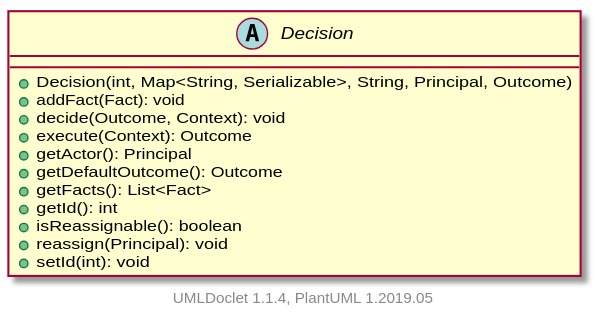
Above: apidocs/2.11.0.M8-SNAPSHOT/org/apache/wiki/workflow/Decision.svg in apache/jspwiki-site (PlantUML), before the change.
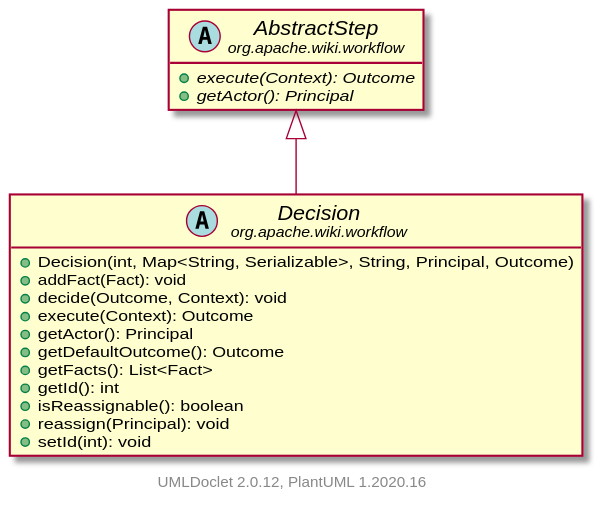
After the change.

The edit, as a diff of the source:
```diff
@@ -1,6 +1,9 @@
 @startuml
+    set namespaceSeparator none
+    hide empty fields
+    hide empty methods
 
-    abstract class Decision [[Decision.html]] {
+    abstract class "<size:14>Decision\n<size:10>org.apache.wiki.workflow" as org.apache.wiki.workflow.Decision [[Decision.html]] {
         +Decision(int, Map<String, Serializable>, String, Principal, Outcome)
         +addFact(Fact): void
         +decide(Outcome, Context): void
@@ -14,6 +17,12 @@
         +setId(int): void
     }
 
+    abstract class "<size:14>AbstractStep\n<size:10>org.apache.wiki.workflow" as org.apache.wiki.workflow.AbstractStep [[AbstractStep.html]] {
+        {abstract} +execute(Context): Outcome
+        {abstract} +getActor(): Principal
+    }
 
-    center footer UMLDoclet 1.1.4, PlantUML 1.2019.05
+    org.apache.wiki.workflow.AbstractStep <|-- org.apache.wiki.workflow.Decision
+
+    center footer UMLDoclet 2.0.12, PlantUML 1.2020.16
 @enduml
```
